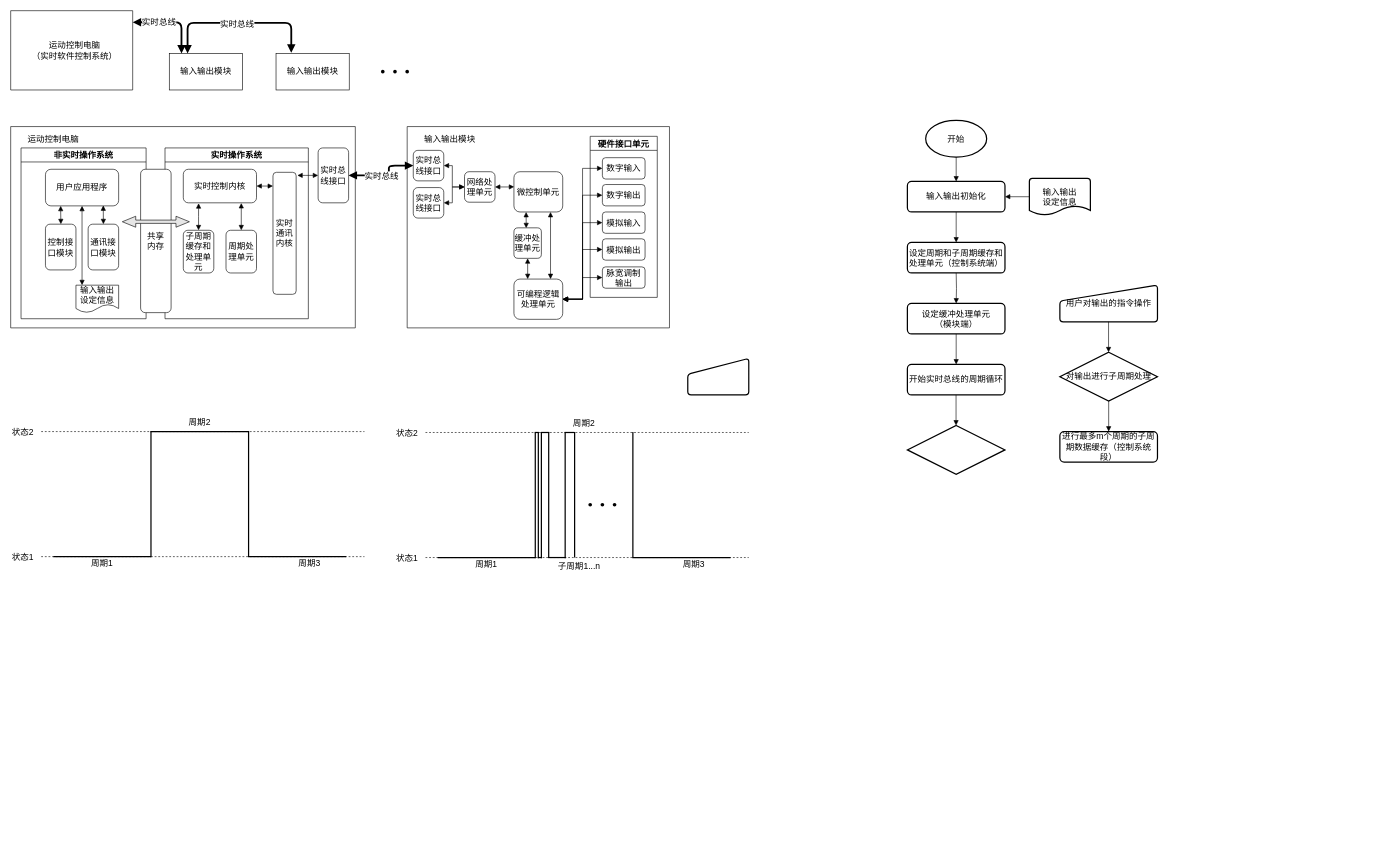
Above: patent/drawing/Untitled Diagram.drawio in leeywin/work (draw.io), before the change. Source tidied: cells renumbered, new cells numbered last; positions are measured from the earlier drawing's top-left corner, leaving out a move shared by most shapes. Both pictures are drawn from the tidied source at 61%, with x=0, y=0 at pixel (10, 10).
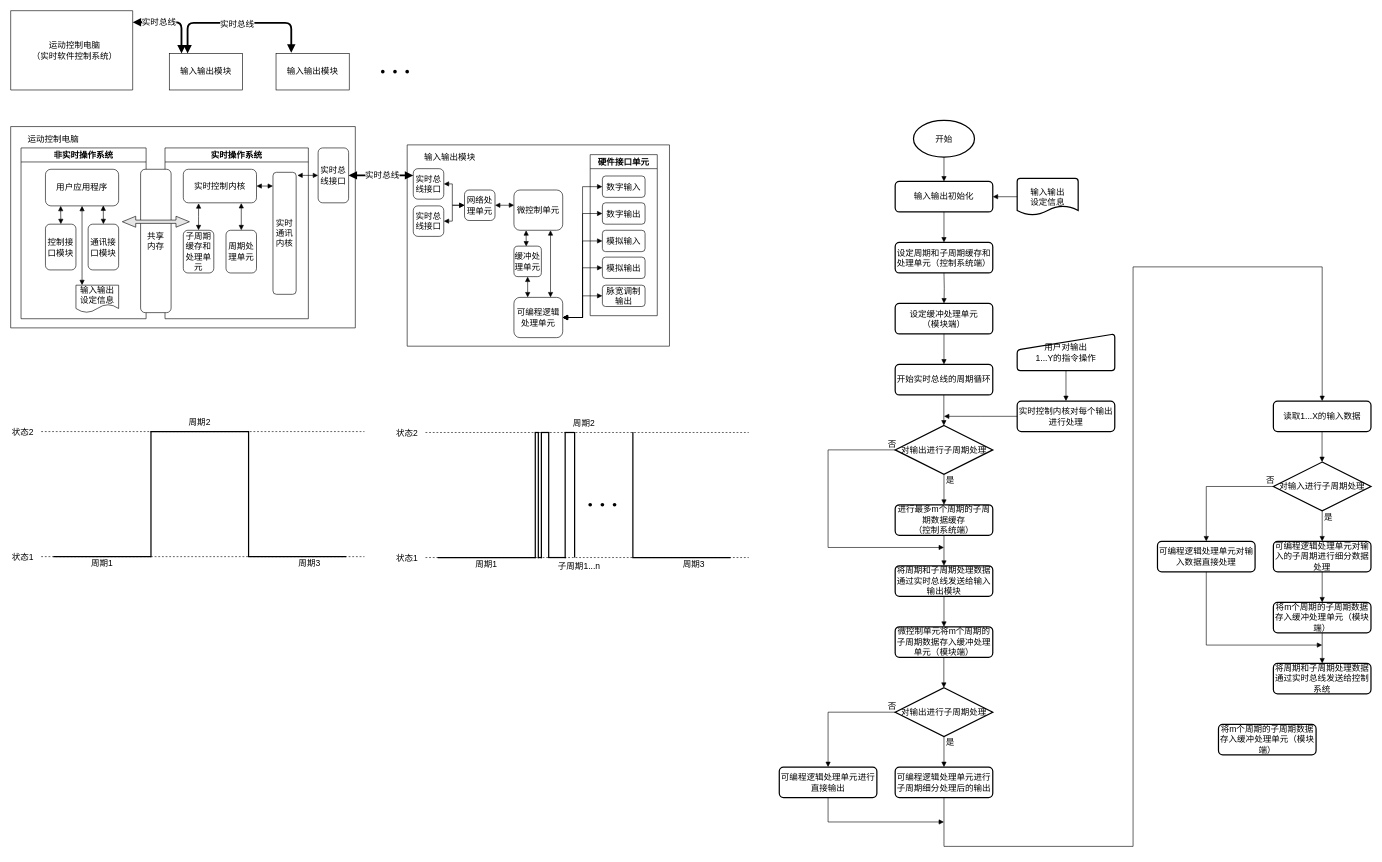
Above is the later version.

Unchanged cells that the change refers to:
```xml
<mxCell id="26" value="实时总线接口" style="rounded=1;whiteSpace=wrap;html=1;fontSize=14;" parent="15" vertex="1">
  <mxGeometry x="504" y="35" width="50" height="90" as="geometry" />
</mxCell>
<mxCell id="39" value="实时总线接口" style="rounded=1;whiteSpace=wrap;html=1;fontSize=14;" parent="37" vertex="1">
  <mxGeometry x="10" y="39" width="50" height="50" as="geometry" />
</mxCell>
```

What changed in the source:
```diff
@@
     <mxCell id="37" style="swimlane;startSize=0;" parent="14" vertex="1">
-      <mxGeometry x="650" y="190" width="430" height="330" as="geometry" />
+      <mxGeometry x="650" y="220" width="430" height="330" as="geometry" />
     </mxCell>
@@
-    <mxCell id="62" style="edgeStyle=segmentEdgeStyle;endArrow=block;html=1;fontSize=14;startArrow=block;startFill=1;endFill=1;strokeWidth=3;entryX=0;entryY=0.5;entryDx=0;entryDy=0;exitX=1;exitY=0.5;exitDx=0;exitDy=0;" parent="14" edge="1" source="26" target="39">
+    <mxCell id="62" style="edgeStyle=segmentEdgeStyle;endArrow=block;html=1;fontSize=14;startArrow=block;startFill=1;endFill=1;strokeWidth=3;exitX=1;exitY=0.5;exitDx=0;exitDy=0;" parent="14" edge="1" source="26">
       <mxGeometry relative="1" as="geometry">
+        <mxPoint x="660" y="270" as="targetPoint" />
         <Array as="points">
-          <mxPoint x="620" y="270" />
-          <mxPoint x="620" y="254" />
+          <mxPoint x="660" y="270" />
         </Array>
       </mxGeometry>
     </mxCell>
     <mxCell id="63" value="实时总线" style="edgeLabel;html=1;align=center;verticalAlign=middle;fontSize=14;" parent="62" vertex="1">
       <mxGeometry x="0.05" y="-1" relative="1" as="geometry">
-        <mxPoint x="-11" as="offset" />
+        <mxPoint x="-2" y="-2" as="offset" />
       </mxGeometry>
     </mxCell>
@@
     <mxCell id="105" value="开始" style="strokeWidth=2;html=1;shape=mxgraph.flowchart.start_1;whiteSpace=wrap;shadow=0;fontSize=14;fillColor=none;" parent="103" vertex="1">
-      <mxGeometry x="1500" y="180" width="100" height="60" as="geometry" />
+      <mxGeometry x="1480" y="180" width="100" height="60" as="geometry" />
     </mxCell>
@@
     <mxCell id="107" value="输入输出初始化" style="rounded=1;whiteSpace=wrap;html=1;absoluteArcSize=1;arcSize=14;strokeWidth=2;shadow=0;fontSize=14;fillColor=none;" parent="103" vertex="1">
-      <mxGeometry x="1470" y="280" width="160" height="50" as="geometry" />
+      <mxGeometry x="1450" y="280" width="160" height="50" as="geometry" />
     </mxCell>
     <mxCell id="108" value="设定周期和子周期缓存和处理单元（控制系统端）" style="rounded=1;whiteSpace=wrap;html=1;absoluteArcSize=1;arcSize=14;strokeWidth=2;shadow=0;fontSize=14;fillColor=none;" parent="103" vertex="1">
-      <mxGeometry x="1470" y="380" width="160" height="50" as="geometry" />
+      <mxGeometry x="1450" y="380" width="160" height="50" as="geometry" />
     </mxCell>
@@
     <mxCell id="110" value="输入输出&lt;br&gt;设定信息" style="strokeWidth=2;html=1;shape=mxgraph.flowchart.document2;whiteSpace=wrap;size=0.25;shadow=0;fontSize=14;fillColor=none;" parent="103" vertex="1">
-      <mxGeometry x="1670" y="275" width="100" height="60" as="geometry" />
+      <mxGeometry x="1650" y="275" width="100" height="60" as="geometry" />
     </mxCell>
     <mxCell id="111" style="edgeStyle=orthogonalEdgeStyle;rounded=0;jettySize=auto;html=1;fontSize=14;startArrow=none;startFill=0;endArrow=block;endFill=1;fillColor=#E6E6E6;" parent="103" edge="1" target="112">
       <mxGeometry relative="1" as="geometry">
-        <mxPoint x="1550" y="430" as="sourcePoint" />
+        <mxPoint x="1530" y="430" as="sourcePoint" />
       </mxGeometry>
     </mxCell>
     <mxCell id="112" value="设定缓冲处理单元&lt;br&gt;（模块端）" style="rounded=1;whiteSpace=wrap;html=1;absoluteArcSize=1;arcSize=14;strokeWidth=2;shadow=0;fontSize=14;fillColor=none;" parent="103" vertex="1">
-      <mxGeometry x="1470" y="480" width="160" height="50" as="geometry" />
+      <mxGeometry x="1450" y="480" width="160" height="50" as="geometry" />
     </mxCell>
     <mxCell id="113" style="edgeStyle=orthogonalEdgeStyle;rounded=0;jettySize=auto;html=1;fontSize=14;startArrow=none;startFill=0;endArrow=block;endFill=1;fillColor=#E6E6E6;" parent="103" edge="1" target="114">
       <mxGeometry relative="1" as="geometry">
-        <mxPoint x="1550" y="530" as="sourcePoint" />
+        <mxPoint x="1530" y="530" as="sourcePoint" />
         <Array as="points">
-          <mxPoint x="1550" y="580" />
-          <mxPoint x="1550" y="580" />
+          <mxPoint x="1530" y="580" />
+          <mxPoint x="1530" y="580" />
         </Array>
       </mxGeometry>
     </mxCell>
     <mxCell id="114" value="开始实时总线的周期循环" style="rounded=1;whiteSpace=wrap;html=1;absoluteArcSize=1;arcSize=14;strokeWidth=2;shadow=0;fontSize=14;fillColor=none;" parent="103" vertex="1">
-      <mxGeometry x="1470" y="580" width="160" height="50" as="geometry" />
+      <mxGeometry x="1450" y="580" width="160" height="50" as="geometry" />
     </mxCell>
     <mxCell id="115" style="edgeStyle=orthogonalEdgeStyle;rounded=0;orthogonalLoop=1;jettySize=auto;html=1;fontSize=14;startArrow=none;startFill=0;endArrow=block;endFill=1;fillColor=#E6E6E6;" parent="103" edge="1">
       <mxGeometry relative="1" as="geometry">
-        <mxPoint x="1549.8" y="630" as="sourcePoint" />
-        <mxPoint x="1549.8" y="680" as="targetPoint" />
+        <mxPoint x="1529.8" y="630" as="sourcePoint" />
+        <mxPoint x="1529.8" y="680" as="targetPoint" />
         <Array as="points">
-          <mxPoint x="1549.8" y="680" />
-          <mxPoint x="1549.8" y="680" />
+          <mxPoint x="1529.8" y="680" />
+          <mxPoint x="1529.8" y="680" />
         </Array>
       </mxGeometry>
     </mxCell>
+    <mxCell id="123" style="edgeStyle=orthogonalEdgeStyle;rounded=0;jettySize=auto;html=1;fontSize=14;startArrow=none;startFill=0;endArrow=block;endFill=1;strokeWidth=1;fillColor=#E6E6E6;" parent="103" edge="1" source="116">
+      <mxGeometry relative="1" as="geometry">
+        <mxPoint x="1530" y="880" as="targetPoint" />
+        <Array as="points">
+          <mxPoint x="1340" y="720" />
+          <mxPoint x="1340" y="880" />
+        </Array>
+      </mxGeometry>
+    </mxCell>
-    <mxCell id="116" style="strokeWidth=2;html=1;shape=mxgraph.flowchart.decision;whiteSpace=wrap;shadow=0;fontSize=14;fillColor=none;" parent="103" vertex="1">
-      <mxGeometry x="1470" y="680" width="160" height="80" as="geometry" />
+    <mxCell id="116" value="&lt;span&gt;对输出进行子周期处理&lt;/span&gt;" style="strokeWidth=2;html=1;shape=mxgraph.flowchart.decision;whiteSpace=wrap;shadow=0;fontSize=14;fillColor=none;" parent="103" vertex="1">
+      <mxGeometry x="1450" y="680" width="160" height="80" as="geometry" />
     </mxCell>
-    <mxCell id="117" style="html=1;strokeWidth=2;shape=manualInput;whiteSpace=wrap;rounded=1;size=26;arcSize=11;shadow=0;fontSize=14;fillColor=none;" parent="103" vertex="1">
-      <mxGeometry x="1110" y="570" width="100" height="60" as="geometry" />
-    </mxCell>
+    <mxCell id="124" style="edgeStyle=orthogonalEdgeStyle;rounded=0;jettySize=auto;html=1;fontSize=14;startArrow=none;startFill=0;endArrow=block;endFill=1;strokeWidth=1;fillColor=#E6E6E6;" parent="103" edge="1" source="118" target="132">
+      <mxGeometry relative="1" as="geometry" />
+    </mxCell>
-    <mxCell id="118" value="用户对输出的指令操作" style="html=1;strokeWidth=2;shape=manualInput;whiteSpace=wrap;rounded=1;size=26;arcSize=11;shadow=0;fontSize=14;fillColor=none;" parent="103" vertex="1">
-      <mxGeometry x="1720" y="450" width="160" height="60" as="geometry" />
+    <mxCell id="118" value="用户对输出&lt;br&gt;1...Y的指令操作" style="html=1;strokeWidth=2;shape=manualInput;whiteSpace=wrap;rounded=1;size=26;arcSize=11;shadow=0;fontSize=14;fillColor=none;" parent="103" vertex="1">
+      <mxGeometry x="1650" y="530" width="160" height="60" as="geometry" />
     </mxCell>
-    <mxCell id="119" style="edgeStyle=orthogonalEdgeStyle;rounded=0;orthogonalLoop=1;jettySize=auto;html=1;fontSize=14;startArrow=none;startFill=0;endArrow=block;endFill=1;fillColor=#E6E6E6;" parent="103" edge="1">
-      <mxGeometry relative="1" as="geometry">
-        <mxPoint x="1799.8" y="510" as="sourcePoint" />
-        <mxPoint x="1799.8" y="560" as="targetPoint" />
-        <Array as="points">
-          <mxPoint x="1799.8" y="560" />
-          <mxPoint x="1799.8" y="560" />
-        </Array>
-      </mxGeometry>
-    </mxCell>
-    <mxCell id="120" value="对输出进行子周期处理" style="strokeWidth=2;html=1;shape=mxgraph.flowchart.decision;whiteSpace=wrap;shadow=0;fontSize=14;fillColor=none;" parent="103" vertex="1">
-      <mxGeometry x="1720" y="560" width="160" height="80" as="geometry" />
-    </mxCell>
     <mxCell id="121" style="edgeStyle=orthogonalEdgeStyle;rounded=0;jettySize=auto;html=1;fontSize=14;startArrow=none;startFill=0;endArrow=block;endFill=1;fillColor=#E6E6E6;" parent="103" edge="1" target="122">
       <mxGeometry relative="1" as="geometry">
-        <mxPoint x="1800" y="640" as="sourcePoint" />
+        <mxPoint x="1530" y="760" as="sourcePoint" />
         <Array as="points">
-          <mxPoint x="1800" y="690" />
-          <mxPoint x="1800" y="690" />
+          <mxPoint x="1530" y="810" />
+          <mxPoint x="1530" y="810" />
         </Array>
       </mxGeometry>
     </mxCell>
-    <mxCell id="122" value="进行最多m个周期的子周期数据缓存（控制系统段）" style="rounded=1;whiteSpace=wrap;html=1;absoluteArcSize=1;arcSize=14;strokeWidth=2;shadow=0;fontSize=14;fillColor=none;" parent="103" vertex="1">
-      <mxGeometry x="1720" y="690" width="160" height="50" as="geometry" />
+    <mxCell id="122" value="进行最多m个周期的子周期数据缓存&lt;br&gt;（控制系统端）" style="rounded=1;whiteSpace=wrap;html=1;absoluteArcSize=1;arcSize=14;strokeWidth=2;shadow=0;fontSize=14;fillColor=none;" parent="103" vertex="1">
+      <mxGeometry x="1450" y="810" width="160" height="50" as="geometry" />
     </mxCell>
+    <mxCell id="125" value="是" style="text;html=1;align=center;verticalAlign=middle;strokeColor=none;fontSize=14;" parent="103" vertex="1">
+      <mxGeometry x="1525" y="760" width="30" height="20" as="geometry" />
+    </mxCell>
+    <mxCell id="126" value="否" style="text;html=1;align=center;verticalAlign=middle;strokeColor=none;fontSize=14;" parent="103" vertex="1">
+      <mxGeometry x="1430" y="700" width="30" height="20" as="geometry" />
+    </mxCell>
+    <mxCell id="127" style="edgeStyle=orthogonalEdgeStyle;rounded=0;jettySize=auto;html=1;fontSize=14;startArrow=none;startFill=0;endArrow=block;endFill=1;fillColor=#E6E6E6;" parent="103" edge="1" target="128">
+      <mxGeometry relative="1" as="geometry">
+        <mxPoint x="1530" y="860" as="sourcePoint" />
+        <Array as="points">
+          <mxPoint x="1530" y="910" />
+          <mxPoint x="1530" y="910" />
+        </Array>
+      </mxGeometry>
+    </mxCell>
+    <mxCell id="128" value="将周期和子周期处理数据通过实时总线发送给输入输出模块" style="rounded=1;whiteSpace=wrap;html=1;absoluteArcSize=1;arcSize=14;strokeWidth=2;shadow=0;fontSize=14;fillColor=none;" parent="103" vertex="1">
+      <mxGeometry x="1450" y="910" width="160" height="50" as="geometry" />
+    </mxCell>
+    <mxCell id="129" style="edgeStyle=orthogonalEdgeStyle;rounded=0;jettySize=auto;html=1;fontSize=14;startArrow=none;startFill=0;endArrow=block;endFill=1;fillColor=#E6E6E6;" parent="103" edge="1" target="130">
+      <mxGeometry relative="1" as="geometry">
+        <mxPoint x="1530" y="960" as="sourcePoint" />
+        <Array as="points">
+          <mxPoint x="1530" y="1010" />
+          <mxPoint x="1530" y="1010" />
+        </Array>
+      </mxGeometry>
+    </mxCell>
+    <mxCell id="130" value="微控制单元将m个周期的子周期数据存入缓冲处理单元（模块端）" style="rounded=1;whiteSpace=wrap;html=1;absoluteArcSize=1;arcSize=14;strokeWidth=2;shadow=0;fontSize=14;fillColor=none;" parent="103" vertex="1">
+      <mxGeometry x="1450" y="1010" width="160" height="50" as="geometry" />
+    </mxCell>
+    <mxCell id="131" style="edgeStyle=orthogonalEdgeStyle;rounded=0;jettySize=auto;html=1;fontSize=14;startArrow=none;startFill=0;endArrow=block;endFill=1;strokeWidth=1;fillColor=#E6E6E6;" parent="103" edge="1" source="132">
+      <mxGeometry relative="1" as="geometry">
+        <mxPoint x="1530" y="665" as="targetPoint" />
+      </mxGeometry>
+    </mxCell>
+    <mxCell id="132" value="实时控制内核对每个输出进行处理" style="rounded=1;whiteSpace=wrap;html=1;absoluteArcSize=1;arcSize=14;strokeWidth=2;shadow=0;fontSize=14;fillColor=none;" parent="103" vertex="1">
+      <mxGeometry x="1650" y="640" width="160" height="50" as="geometry" />
+    </mxCell>
+    <mxCell id="133" style="edgeStyle=orthogonalEdgeStyle;rounded=0;orthogonalLoop=1;jettySize=auto;html=1;fontSize=14;startArrow=none;startFill=0;endArrow=block;endFill=1;fillColor=#E6E6E6;" parent="103" edge="1">
+      <mxGeometry relative="1" as="geometry">
+        <mxPoint x="1529.8" y="1060" as="sourcePoint" />
+        <mxPoint x="1529.8" y="1110" as="targetPoint" />
+        <Array as="points">
+          <mxPoint x="1529.8" y="1110" />
+          <mxPoint x="1529.8" y="1110" />
+        </Array>
+      </mxGeometry>
+    </mxCell>
+    <mxCell id="134" style="edgeStyle=orthogonalEdgeStyle;rounded=0;jettySize=auto;html=1;fontSize=14;startArrow=none;startFill=0;endArrow=block;endFill=1;strokeWidth=1;fillColor=#E6E6E6;entryX=0.5;entryY=0;entryDx=0;entryDy=0;" parent="103" edge="1" source="120" target="141">
+      <mxGeometry relative="1" as="geometry">
+        <Array as="points">
+          <mxPoint x="1340" y="1150" />
+        </Array>
+      </mxGeometry>
+    </mxCell>
+    <mxCell id="120" value="&lt;span&gt;对输出进行子周期处理&lt;/span&gt;" style="strokeWidth=2;html=1;shape=mxgraph.flowchart.decision;whiteSpace=wrap;shadow=0;fontSize=14;fillColor=none;" parent="103" vertex="1">
+      <mxGeometry x="1450" y="1110" width="160" height="80" as="geometry" />
+    </mxCell>
+    <mxCell id="135" style="edgeStyle=orthogonalEdgeStyle;rounded=0;jettySize=auto;html=1;fontSize=14;startArrow=none;startFill=0;endArrow=block;endFill=1;fillColor=#E6E6E6;" parent="103" edge="1" target="137">
+      <mxGeometry relative="1" as="geometry">
+        <mxPoint x="1530" y="1190" as="sourcePoint" />
+        <Array as="points">
+          <mxPoint x="1530" y="1240" />
+          <mxPoint x="1530" y="1240" />
+        </Array>
+      </mxGeometry>
+    </mxCell>
+    <mxCell id="136" style="edgeStyle=orthogonalEdgeStyle;rounded=0;jettySize=auto;html=1;fontSize=14;startArrow=none;startFill=0;endArrow=block;endFill=1;strokeWidth=1;fillColor=#E6E6E6;entryX=0.5;entryY=0;entryDx=0;entryDy=0;exitX=0.5;exitY=1;exitDx=0;exitDy=0;" parent="103" edge="1" source="137" target="142">
+      <mxGeometry relative="1" as="geometry">
+        <Array as="points">
+          <mxPoint x="1530" y="1370" />
+          <mxPoint x="1840" y="1370" />
+          <mxPoint x="1840" y="420" />
+          <mxPoint x="2150" y="420" />
+        </Array>
+      </mxGeometry>
+    </mxCell>
+    <mxCell id="137" value="可编程逻辑处理单元进行子周期细分处理后的输出" style="rounded=1;whiteSpace=wrap;html=1;absoluteArcSize=1;arcSize=14;strokeWidth=2;shadow=0;fontSize=14;fillColor=none;" parent="103" vertex="1">
+      <mxGeometry x="1450" y="1240" width="160" height="50" as="geometry" />
+    </mxCell>
+    <mxCell id="138" value="是" style="text;html=1;align=center;verticalAlign=middle;strokeColor=none;fontSize=14;" parent="103" vertex="1">
+      <mxGeometry x="1525" y="1190" width="30" height="20" as="geometry" />
+    </mxCell>
+    <mxCell id="139" value="否" style="text;html=1;align=center;verticalAlign=middle;strokeColor=none;fontSize=14;" parent="103" vertex="1">
+      <mxGeometry x="1430" y="1130" width="30" height="20" as="geometry" />
+    </mxCell>
+    <mxCell id="140" style="edgeStyle=orthogonalEdgeStyle;rounded=0;jettySize=auto;html=1;exitX=0.5;exitY=1;exitDx=0;exitDy=0;fontSize=14;startArrow=none;startFill=0;endArrow=block;endFill=1;strokeWidth=1;fillColor=#E6E6E6;" parent="103" edge="1" source="141">
+      <mxGeometry relative="1" as="geometry">
+        <mxPoint x="1530" y="1330" as="targetPoint" />
+        <Array as="points">
+          <mxPoint x="1340" y="1330" />
+        </Array>
+      </mxGeometry>
+    </mxCell>
+    <mxCell id="141" value="可编程逻辑处理单元进行直接输出" style="rounded=1;whiteSpace=wrap;html=1;absoluteArcSize=1;arcSize=14;strokeWidth=2;shadow=0;fontSize=14;fillColor=none;" parent="103" vertex="1">
+      <mxGeometry x="1260" y="1240" width="160" height="50" as="geometry" />
+    </mxCell>
+    <mxCell id="142" value="读取1...X的输入数据" style="rounded=1;whiteSpace=wrap;html=1;absoluteArcSize=1;arcSize=14;strokeWidth=2;shadow=0;fontSize=14;fillColor=none;" parent="103" vertex="1">
+      <mxGeometry x="2070" y="640" width="160" height="50" as="geometry" />
+    </mxCell>
+    <mxCell id="143" style="edgeStyle=orthogonalEdgeStyle;rounded=0;orthogonalLoop=1;jettySize=auto;html=1;fontSize=14;startArrow=none;startFill=0;endArrow=block;endFill=1;fillColor=#E6E6E6;" parent="103" edge="1">
+      <mxGeometry relative="1" as="geometry">
+        <mxPoint x="2149.8" y="690" as="sourcePoint" />
+        <mxPoint x="2149.8" y="740" as="targetPoint" />
+        <Array as="points">
+          <mxPoint x="2149.8" y="740" />
+          <mxPoint x="2149.8" y="740" />
+        </Array>
+      </mxGeometry>
+    </mxCell>
+    <mxCell id="144" style="edgeStyle=orthogonalEdgeStyle;rounded=0;jettySize=auto;html=1;fontSize=14;startArrow=none;startFill=0;endArrow=block;endFill=1;strokeWidth=1;fillColor=#E6E6E6;entryX=0.5;entryY=0;entryDx=0;entryDy=0;" parent="103" edge="1" source="145" target="151">
+      <mxGeometry relative="1" as="geometry">
+        <Array as="points">
+          <mxPoint x="1960" y="780" />
+        </Array>
+      </mxGeometry>
+    </mxCell>
+    <mxCell id="145" value="&lt;span&gt;对输入进行子周期处理&lt;/span&gt;" style="strokeWidth=2;html=1;shape=mxgraph.flowchart.decision;whiteSpace=wrap;shadow=0;fontSize=14;fillColor=none;" parent="103" vertex="1">
+      <mxGeometry x="2070" y="740" width="160" height="80" as="geometry" />
+    </mxCell>
+    <mxCell id="146" style="edgeStyle=orthogonalEdgeStyle;rounded=0;jettySize=auto;html=1;fontSize=14;startArrow=none;startFill=0;endArrow=block;endFill=1;fillColor=#E6E6E6;" parent="103" edge="1" target="147">
+      <mxGeometry relative="1" as="geometry">
+        <mxPoint x="2150" y="820" as="sourcePoint" />
+        <Array as="points">
+          <mxPoint x="2150" y="870" />
+          <mxPoint x="2150" y="870" />
+        </Array>
+      </mxGeometry>
+    </mxCell>
+    <mxCell id="147" value="可编程逻辑处理单元对输入的子周期进行细分数据处理" style="rounded=1;whiteSpace=wrap;html=1;absoluteArcSize=1;arcSize=14;strokeWidth=2;shadow=0;fontSize=14;fillColor=none;" parent="103" vertex="1">
+      <mxGeometry x="2070" y="870" width="160" height="50" as="geometry" />
+    </mxCell>
+    <mxCell id="148" value="是" style="text;html=1;align=center;verticalAlign=middle;strokeColor=none;fontSize=14;" parent="103" vertex="1">
+      <mxGeometry x="2145" y="820" width="30" height="20" as="geometry" />
+    </mxCell>
+    <mxCell id="149" value="否" style="text;html=1;align=center;verticalAlign=middle;strokeColor=none;fontSize=14;" parent="103" vertex="1">
+      <mxGeometry x="2050" y="760" width="30" height="20" as="geometry" />
+    </mxCell>
+    <mxCell id="150" style="edgeStyle=orthogonalEdgeStyle;rounded=0;jettySize=auto;html=1;exitX=0.5;exitY=1;exitDx=0;exitDy=0;fontSize=14;startArrow=none;startFill=0;endArrow=block;endFill=1;strokeWidth=1;fillColor=#E6E6E6;" parent="103" edge="1" source="151">
+      <mxGeometry relative="1" as="geometry">
+        <mxPoint x="2150" y="1040" as="targetPoint" />
+        <Array as="points">
+          <mxPoint x="1960" y="1040" />
+        </Array>
+      </mxGeometry>
+    </mxCell>
+    <mxCell id="151" value="可编程逻辑处理单元对输入数据直接处理" style="rounded=1;whiteSpace=wrap;html=1;absoluteArcSize=1;arcSize=14;strokeWidth=2;shadow=0;fontSize=14;fillColor=none;" parent="103" vertex="1">
+      <mxGeometry x="1880" y="870" width="160" height="50" as="geometry" />
+    </mxCell>
+    <mxCell id="152" style="edgeStyle=orthogonalEdgeStyle;rounded=0;jettySize=auto;html=1;fontSize=14;startArrow=none;startFill=0;endArrow=block;endFill=1;fillColor=#E6E6E6;" parent="103" edge="1" target="153">
+      <mxGeometry relative="1" as="geometry">
+        <mxPoint x="2150" y="920" as="sourcePoint" />
+        <Array as="points">
+          <mxPoint x="2150" y="970" />
+          <mxPoint x="2150" y="970" />
+        </Array>
+      </mxGeometry>
+    </mxCell>
+    <mxCell id="153" value="将m个周期的子周期数据存入缓冲处理单元（模块端）" style="rounded=1;whiteSpace=wrap;html=1;absoluteArcSize=1;arcSize=14;strokeWidth=2;shadow=0;fontSize=14;fillColor=none;" parent="103" vertex="1">
+      <mxGeometry x="2070" y="970" width="160" height="50" as="geometry" />
+    </mxCell>
+    <mxCell id="154" style="edgeStyle=orthogonalEdgeStyle;rounded=0;jettySize=auto;html=1;fontSize=14;startArrow=none;startFill=0;endArrow=block;endFill=1;fillColor=#E6E6E6;" parent="103" edge="1" target="155">
+      <mxGeometry relative="1" as="geometry">
+        <mxPoint x="2150" y="1020" as="sourcePoint" />
+        <Array as="points">
+          <mxPoint x="2150" y="1070" />
+          <mxPoint x="2150" y="1070" />
+        </Array>
+      </mxGeometry>
+    </mxCell>
+    <mxCell id="155" value="将周期和子周期处理数据通过实时总线发送给控制系统" style="rounded=1;whiteSpace=wrap;html=1;absoluteArcSize=1;arcSize=14;strokeWidth=2;shadow=0;fontSize=14;fillColor=none;" parent="103" vertex="1">
+      <mxGeometry x="2070" y="1070" width="160" height="50" as="geometry" />
+    </mxCell>
+    <mxCell id="156" value="将m个周期的子周期数据存入缓冲处理单元（模块端）" style="rounded=1;whiteSpace=wrap;html=1;absoluteArcSize=1;arcSize=14;strokeWidth=2;shadow=0;fontSize=14;fillColor=none;" parent="103" vertex="1">
+      <mxGeometry x="1980" y="1170" width="160" height="50" as="geometry" />
+    </mxCell>
```
